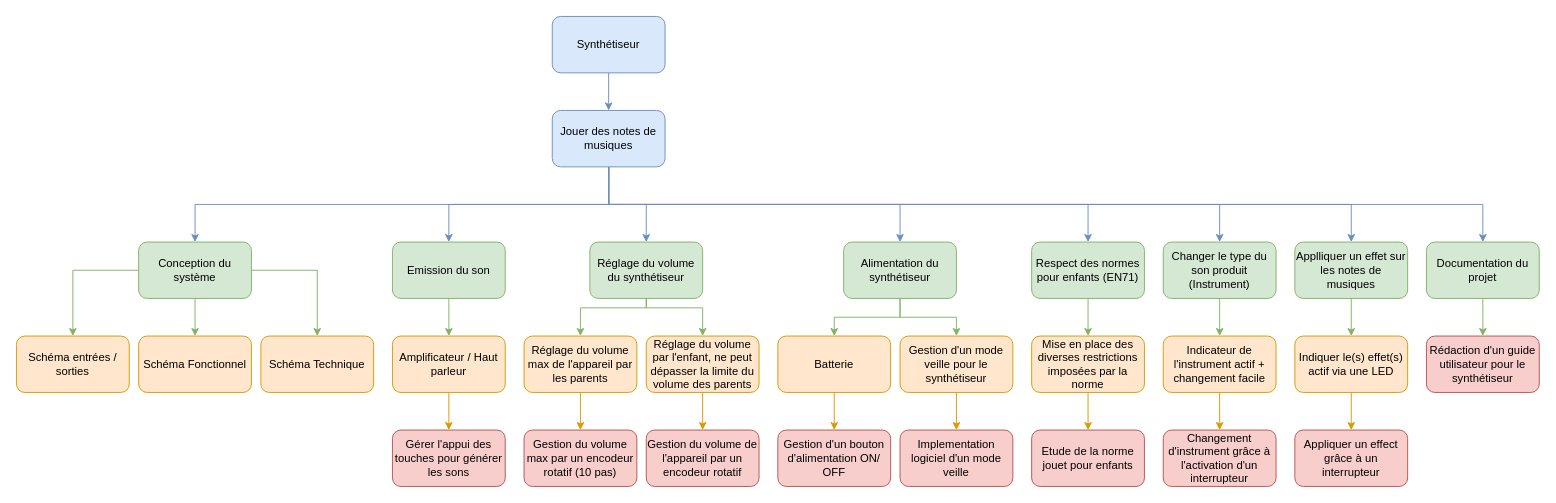
This is Schemas/WBS.drawio from Ithoh/ProjetSynthe, a draw.io file, before an edit. Source tidied: cells renumbered, new cells numbered last; positions are measured from the earlier drawing's top-left corner, leaving out a move shared by most shapes. Both pictures are drawn from the tidied source at 94%, with x=0, y=0 at pixel (16, 16).
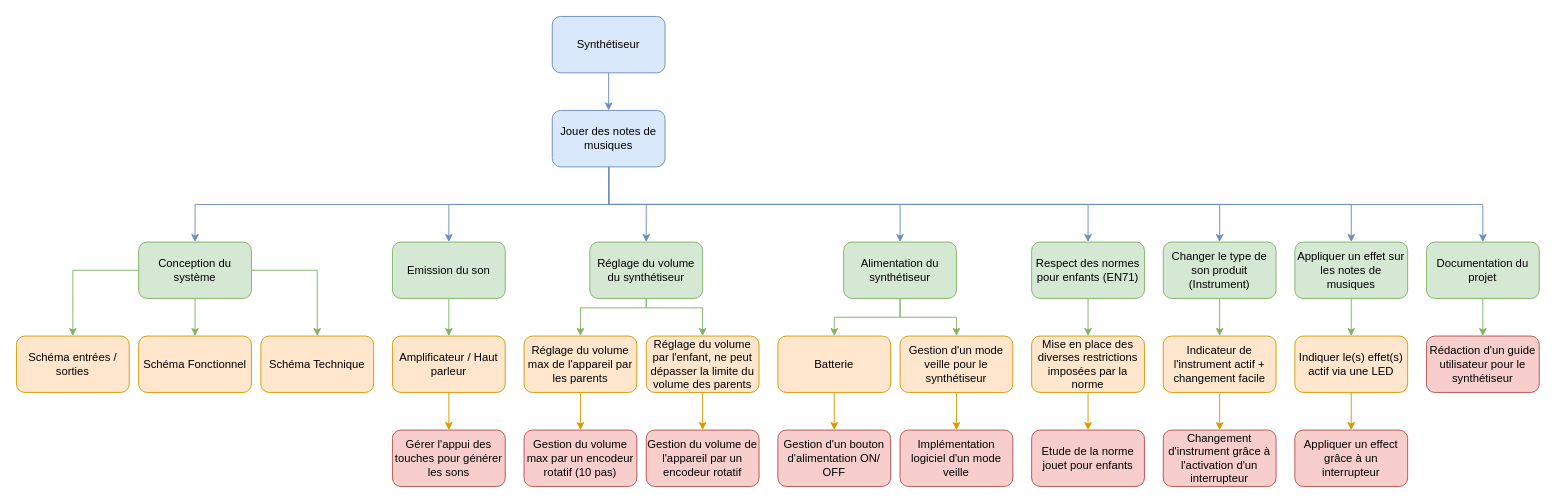
The same diagram, later.

Diff of the diagram source:
```diff
@@
-    <mxCell id="46" value="Changer le type du son produit (Instrument)" style="rounded=1;whiteSpace=wrap;html=1;fillColor=#d5e8d4;strokeColor=#82b366;" parent="1" vertex="1">
+    <mxCell id="46" value="Changer le type de son produit (Instrument)" style="rounded=1;whiteSpace=wrap;html=1;fillColor=#d5e8d4;strokeColor=#82b366;" parent="1" vertex="1">
       <mxGeometry x="1220" y="240" width="120" height="60" as="geometry" />
     </mxCell>
@@
-    <mxCell id="51" value="Applliquer un effet sur les notes de musiques" style="rounded=1;whiteSpace=wrap;html=1;fillColor=#d5e8d4;strokeColor=#82b366;" parent="1" vertex="1">
+    <mxCell id="51" value="Appliquer un effet sur les notes de musiques" style="rounded=1;whiteSpace=wrap;html=1;fillColor=#d5e8d4;strokeColor=#82b366;" parent="1" vertex="1">
       <mxGeometry x="1360" y="240" width="120" height="60" as="geometry" />
     </mxCell>
@@
-    <mxCell id="60" value="Implementation logiciel d'un mode veille" style="rounded=1;whiteSpace=wrap;html=1;fillColor=#f8cecc;strokeColor=#b85450;" parent="1" vertex="1">
+    <mxCell id="60" value="Implémentation logiciel d'un mode veille" style="rounded=1;whiteSpace=wrap;html=1;fillColor=#f8cecc;strokeColor=#b85450;" parent="1" vertex="1">
       <mxGeometry x="940" y="440" width="120" height="60" as="geometry" />
     </mxCell>
```
